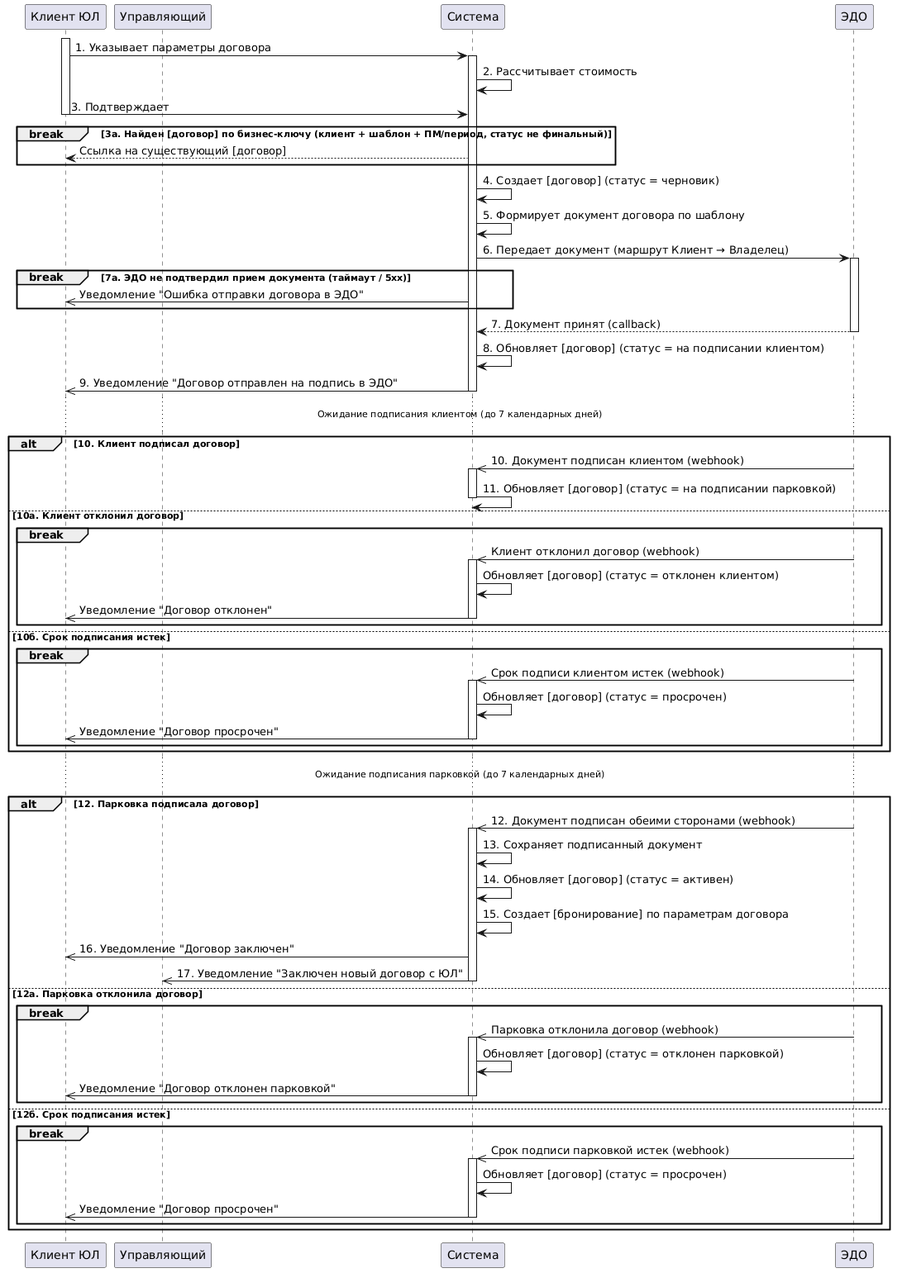
Earlier version of the PlantUML export docs/architecture/integration/assets/sequence-uc-8-2-create-contract.png (CeJIDb/sab-win-26-parking).
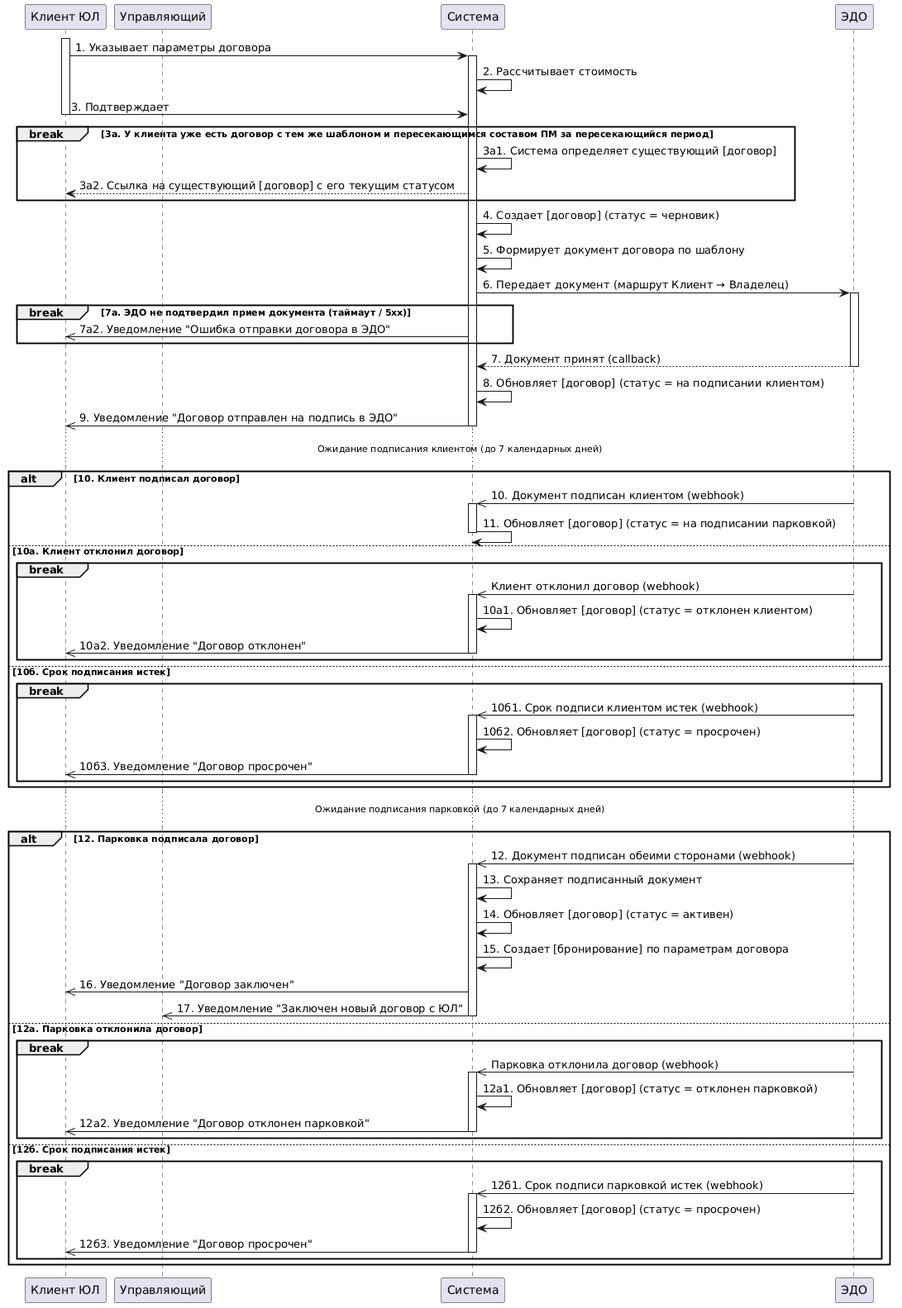
The same diagram one commit later.

Commit message:
docs(architecture): обновить 2 файла: integration/assets/sequence-uc-8-2-create-contract.png, …

What changed in the source:
```diff
@@ -9,8 +9,9 @@
 System -> System: 2. Рассчитывает стоимость
 Client -> System--: 3. Подтверждает
 
-break 3а. Найден [договор] по бизнес-ключу (клиент + шаблон + ПМ/период, статус не финальный)
-    System --> Client: Ссылка на существующий [договор]
+break 3а. У клиента уже есть договор с тем же шаблоном и пересекающимся составом ПМ за пересекающийся период
+    System -> System: 3а1. Система определяет существующий [договор]
+    System --> Client: 3а2. Ссылка на существующий [договор] с его текущим статусом
 end
 
 System -> System: 4. Создает [договор] (статус = черновик)
@@ -18,7 +19,7 @@
 System -> EDM++: 6. Передает документ (маршрут Клиент → Владелец)
 
 break 7а. ЭДО не подтвердил прием документа (таймаут / 5xx)
-    System ->> Client: Уведомление "Ошибка отправки договора в ЭДО"
+    System ->> Client: 7а2. Уведомление "Ошибка отправки договора в ЭДО"
 end
 
 EDM --> System--: 7. Документ принят (callback)
@@ -33,14 +34,14 @@
 else 10а. Клиент отклонил договор
     break
         EDM ->> System++: Клиент отклонил договор (webhook)
-        System -> System: Обновляет [договор] (статус = отклонен клиентом)
-        System ->> Client--: Уведомление "Договор отклонен"
+        System -> System: 10а1. Обновляет [договор] (статус = отклонен клиентом)
+        System ->> Client--: 10а2. Уведомление "Договор отклонен"
     end
 else 10б. Срок подписания истек
     break
-        EDM ->> System++: Срок подписи клиентом истек (webhook)
-        System -> System: Обновляет [договор] (статус = просрочен)
-        System ->> Client--: Уведомление "Договор просрочен"
+        EDM ->> System++: 10б1. Срок подписи клиентом истек (webhook)
+        System -> System: 10б2. Обновляет [договор] (статус = просрочен)
+        System ->> Client--: 10б3. Уведомление "Договор просрочен"
     end
 end
 
@@ -56,14 +57,14 @@
 else 12а. Парковка отклонила договор
     break
         EDM ->> System++: Парковка отклонила договор (webhook)
-        System -> System: Обновляет [договор] (статус = отклонен парковкой)
-        System ->> Client--: Уведомление "Договор отклонен парковкой"
+        System -> System: 12а1. Обновляет [договор] (статус = отклонен парковкой)
+        System ->> Client--: 12а2. Уведомление "Договор отклонен парковкой"
     end
 else 12б. Срок подписания истек
     break
-        EDM ->> System++: Срок подписи парковкой истек (webhook)
-        System -> System: Обновляет [договор] (статус = просрочен)
-        System ->> Client--: Уведомление "Договор просрочен"
+        EDM ->> System++: 12б1. Срок подписи парковкой истек (webhook)
+        System -> System: 12б2. Обновляет [договор] (статус = просрочен)
+        System ->> Client--: 12б3. Уведомление "Договор просрочен"
     end
 end
 @enduml
```
